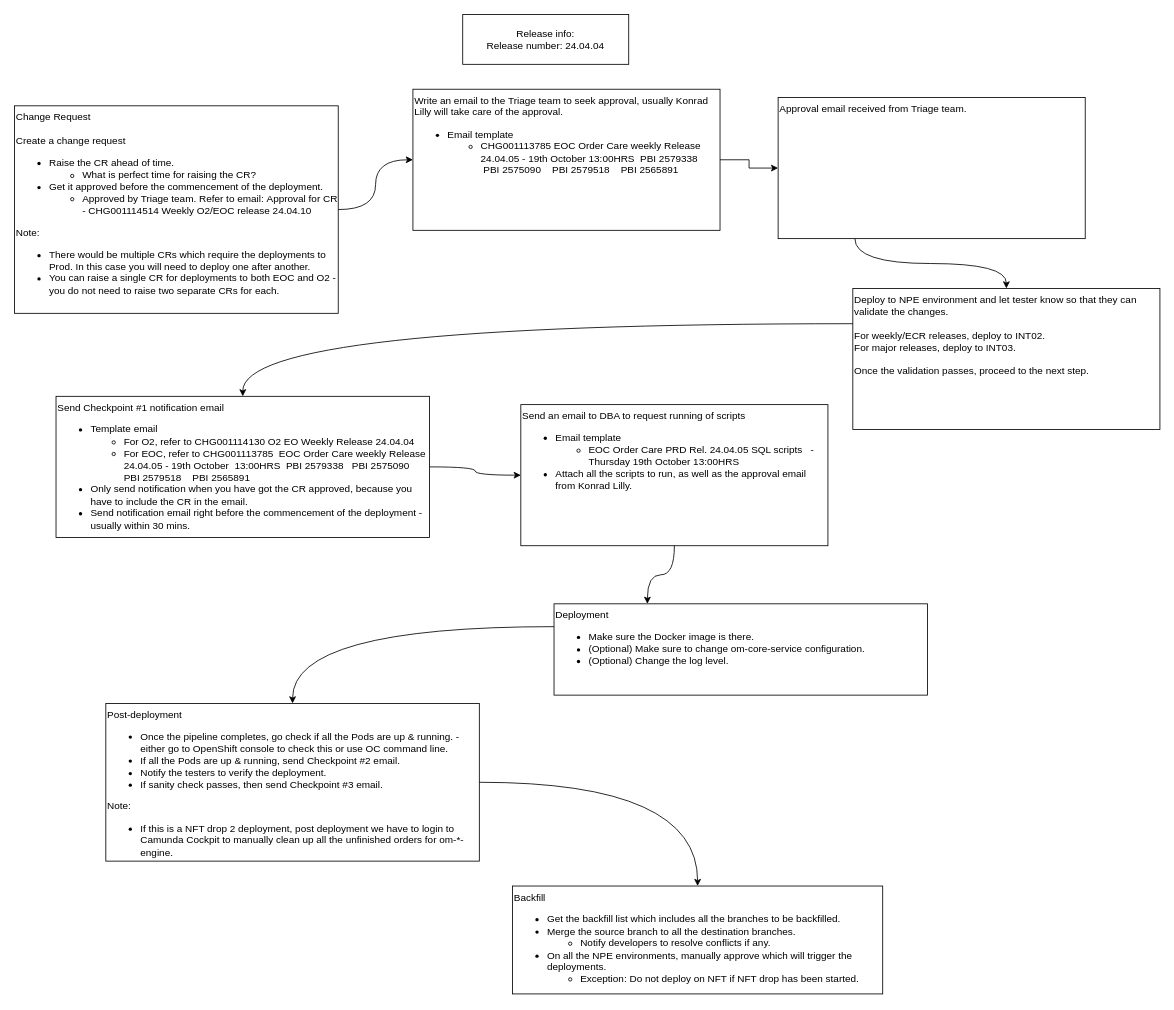
Before: page "Page-2" (2 of 2) of sparknz_pipeline.drawio in huangdgm/drawio, a draw.io diagram. Source tidied: cells renumbered, new cells numbered last; positions are measured from the earlier drawing's top-left corner, leaving out a move shared by most shapes. Both pictures are drawn from the tidied source at 83%, with x=0, y=0 at pixel (14, 14).
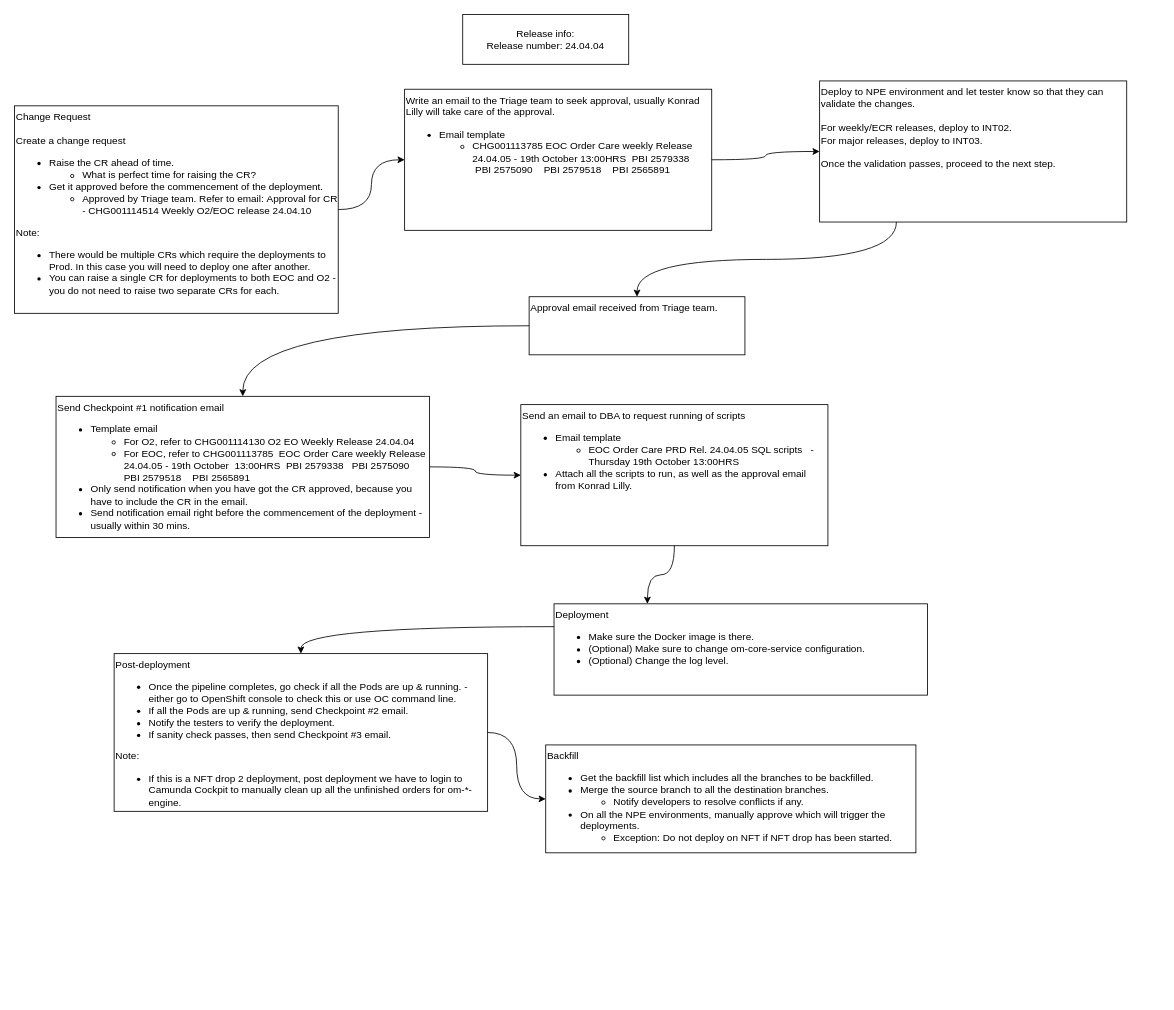
The same diagram, later.

The edit, as a diff of the source:
```diff
@@
 <mxGraphModel>
   <root>
     <mxCell id="0" />
     <mxCell id="1" parent="0" />
     <mxCell id="2" style="edgeStyle=orthogonalEdgeStyle;rounded=0;jettySize=auto;html=1;exitX=1;exitY=0.5;exitDx=0;exitDy=0;elbow=vertical;curved=1;" parent="1" edge="1" source="3" target="11">
       <mxGeometry relative="1" as="geometry" />
     </mxCell>
     <mxCell id="3" value="Change Request&lt;br&gt;&lt;br&gt;Create a change request&lt;br&gt;&lt;ul&gt;&lt;li&gt;Raise the CR ahead of time.&lt;/li&gt;&lt;ul&gt;&lt;li&gt;What is perfect time for raising the CR?&lt;/li&gt;&lt;/ul&gt;&lt;li&gt;Get it approved before the commencement of the deployment.&lt;/li&gt;&lt;ul&gt;&lt;li&gt;Approved by Triage team. Refer to email:&amp;nbsp;Approval for CR - CHG001114514 Weekly O2/EOC release 24.04.10&lt;/li&gt;&lt;/ul&gt;&lt;/ul&gt;&lt;div&gt;Note:&lt;/div&gt;&lt;div&gt;&lt;ul&gt;&lt;li&gt;There would be multiple CRs which require the deployments to Prod. In this case you will need to deploy one after another.&lt;/li&gt;&lt;li&gt;You can raise a single CR for deployments to both EOC and O2 - you do not need to raise two separate CRs for each.&lt;/li&gt;&lt;/ul&gt;&lt;/div&gt;" style="rounded=1;whiteSpace=wrap;html=1;arcSize=0;align=left;verticalAlign=top;" parent="1" vertex="1">
       <mxGeometry y="110" width="390" height="250" as="geometry" />
     </mxCell>
     <mxCell id="4" value="Release info:&lt;br&gt;Release number: 24.04.04" style="rounded=1;whiteSpace=wrap;html=1;arcSize=0;" parent="1" vertex="1">
       <mxGeometry x="540" width="200" height="60" as="geometry" />
     </mxCell>
     <mxCell id="5" value="Send Checkpoint #1 notification email&lt;br&gt;&lt;ul&gt;&lt;li&gt;Template email&lt;/li&gt;&lt;ul&gt;&lt;li&gt;For O2, refer to CHG001114130 O2 EO Weekly Release 24.04.04&lt;/li&gt;&lt;li&gt;For EOC, refer to&amp;nbsp;CHG001113785&amp;nbsp; EOC Order Care weekly Release 24.04.05 - 19th October&amp;nbsp; 13:00HRS&amp;nbsp; PBI 2579338&amp;nbsp; &amp;nbsp;PBI 2575090&amp;nbsp; &amp;nbsp; PBI 2579518&amp;nbsp; &amp;nbsp; PBI 2565891&lt;/li&gt;&lt;/ul&gt;&lt;li&gt;Only send notification when you have got the CR approved, because you have to include the CR in the email.&lt;/li&gt;&lt;li&gt;Send notification email right before the commencement of the deployment - usually within 30 mins.&lt;/li&gt;&lt;/ul&gt;" style="rounded=1;whiteSpace=wrap;html=1;align=left;horizontal=1;verticalAlign=top;arcSize=0;" parent="1" vertex="1">
       <mxGeometry x="50" y="460" width="450" height="170" as="geometry" />
     </mxCell>
     <mxCell id="6" value="Backfill&lt;br&gt;&lt;ul&gt;&lt;li&gt;Get the backfill list which includes all the branches to be backfilled.&lt;/li&gt;&lt;li&gt;Merge the source branch to all the destination branches.&lt;/li&gt;&lt;ul&gt;&lt;li&gt;Notify developers to resolve conflicts if any.&lt;/li&gt;&lt;/ul&gt;&lt;li&gt;On all the NPE environments, manually approve which will trigger the deployments.&lt;/li&gt;&lt;ul&gt;&lt;li&gt;Exception: Do not deploy on NFT if NFT drop has been started.&lt;/li&gt;&lt;/ul&gt;&lt;/ul&gt;" style="rounded=1;whiteSpace=wrap;html=1;align=left;horizontal=1;verticalAlign=top;arcSize=0;" parent="1" vertex="1">
-      <mxGeometry x="600" y="1050" width="446" height="130" as="geometry" />
+      <mxGeometry x="640" y="880" width="446" height="130" as="geometry" />
     </mxCell>
     <mxCell id="7" value="Deployment&lt;span style=&quot;background-color: initial;&quot;&gt;&lt;br&gt;&lt;ul&gt;&lt;li&gt;&lt;span style=&quot;background-color: initial;&quot;&gt;Make sure the Docker image is there.&lt;/span&gt;&lt;/li&gt;&lt;li&gt;(Optional) Make sure to change om-core-service configuration.&lt;/li&gt;&lt;li&gt;(Optional) Change the log level.&lt;/li&gt;&lt;/ul&gt;&lt;/span&gt;" style="rounded=1;whiteSpace=wrap;html=1;align=left;horizontal=1;verticalAlign=top;arcSize=0;" parent="1" vertex="1">
       <mxGeometry x="650" y="710" width="450" height="110" as="geometry" />
     </mxCell>
     <mxCell id="8" value="Post-deployment&lt;span style=&quot;background-color: initial;&quot;&gt;&lt;br&gt;&lt;ul&gt;&lt;li style=&quot;border-color: var(--border-color);&quot;&gt;Once the pipeline completes, go check if all the Pods are up &amp;amp; running. - either go to OpenShift console to check this or use OC command line.&lt;/li&gt;&lt;li&gt;If all the Pods are up &amp;amp; running, send&amp;nbsp;Checkpoint #2 email.&lt;/li&gt;&lt;li&gt;&lt;span style=&quot;background-color: initial;&quot;&gt;Notify the testers to verify the deployment.&lt;/span&gt;&lt;/li&gt;&lt;li&gt;&lt;span style=&quot;background-color: initial;&quot;&gt;If sanity check passes, then s&lt;/span&gt;end Checkpoint #3 email.&lt;/li&gt;&lt;/ul&gt;&lt;div&gt;Note:&lt;/div&gt;&lt;div&gt;&lt;ul&gt;&lt;li&gt;If this is a NFT drop 2 deployment, post deployment we have to login to Camunda Cockpit to manually clean up all the unfinished orders for om-*-engine.&lt;/li&gt;&lt;/ul&gt;&lt;/div&gt;&lt;/span&gt;" style="rounded=1;whiteSpace=wrap;html=1;align=left;horizontal=1;verticalAlign=top;arcSize=0;" parent="1" vertex="1">
-      <mxGeometry x="110" y="830" width="450" height="190" as="geometry" />
+      <mxGeometry x="120" y="770" width="450" height="190" as="geometry" />
     </mxCell>
     <mxCell id="9" value="Send an email to DBA to request running of scripts&lt;br&gt;&lt;ul&gt;&lt;li&gt;Email template&lt;/li&gt;&lt;ul&gt;&lt;li&gt;EOC Order Care PRD Rel. 24.04.05 SQL scripts&amp;nbsp; &amp;nbsp;- Thursday 19th October 13:00HRS&lt;br&gt;&lt;/li&gt;&lt;/ul&gt;&lt;li&gt;Attach all the scripts to run, as well as the approval email from Konrad Lilly.&lt;/li&gt;&lt;/ul&gt;" style="rounded=1;whiteSpace=wrap;html=1;arcSize=0;verticalAlign=top;align=left;" parent="1" vertex="1">
       <mxGeometry x="610" y="470" width="370" height="170" as="geometry" />
     </mxCell>
-    <mxCell id="10" style="edgeStyle=orthogonalEdgeStyle;rounded=0;jettySize=auto;html=1;" parent="1" edge="1" source="11" target="12">
-      <mxGeometry relative="1" as="geometry" />
-    </mxCell>
     <mxCell id="11" value="Write an email to the Triage team to seek approval, usually Konrad Lilly will take care of the approval.&lt;br&gt;&lt;ul&gt;&lt;li&gt;Email template&lt;/li&gt;&lt;ul&gt;&lt;li&gt;CHG001113785 EOC Order Care weekly Release 24.04.05 - 19th October 13:00HRS&amp;nbsp; PBI 2579338&amp;nbsp; &amp;nbsp;PBI 2575090&amp;nbsp; &amp;nbsp; PBI 2579518&amp;nbsp; &amp;nbsp; PBI 2565891&lt;br&gt;&lt;/li&gt;&lt;/ul&gt;&lt;/ul&gt;" style="rounded=1;whiteSpace=wrap;html=1;arcSize=0;verticalAlign=top;align=left;" parent="1" vertex="1">
-      <mxGeometry x="480" y="90" width="370" height="170" as="geometry" />
+      <mxGeometry x="470" y="90" width="370" height="170" as="geometry" />
     </mxCell>
     <mxCell id="12" value="Approval email received from Triage team." style="rounded=1;whiteSpace=wrap;html=1;arcSize=0;verticalAlign=top;align=left;" parent="1" vertex="1">
-      <mxGeometry x="920" y="100" width="370" height="170" as="geometry" />
+      <mxGeometry x="620" y="340" width="260" height="70" as="geometry" />
     </mxCell>
-    <mxCell id="13" style="edgeStyle=orthogonalEdgeStyle;rounded=0;jettySize=auto;html=1;exitX=0.25;exitY=1;exitDx=0;exitDy=0;elbow=vertical;curved=1;entryX=0.5;entryY=0;entryDx=0;entryDy=0;" parent="1" edge="1" source="12" target="18">
+    <mxCell id="13" style="edgeStyle=orthogonalEdgeStyle;rounded=0;jettySize=auto;html=1;exitX=1;exitY=0.5;exitDx=0;exitDy=0;elbow=vertical;curved=1;entryX=0;entryY=0.5;entryDx=0;entryDy=0;" parent="1" edge="1" source="11" target="18">
       <mxGeometry relative="1" as="geometry" />
     </mxCell>
     <mxCell id="14" style="edgeStyle=orthogonalEdgeStyle;rounded=0;jettySize=auto;html=1;exitX=1;exitY=0.5;exitDx=0;exitDy=0;elbow=vertical;curved=1;entryX=0;entryY=0.5;entryDx=0;entryDy=0;" parent="1" edge="1" source="5" target="9">
       <mxGeometry relative="1" as="geometry" />
     </mxCell>
     <mxCell id="15" style="edgeStyle=orthogonalEdgeStyle;rounded=0;jettySize=auto;html=1;exitX=0.5;exitY=1;exitDx=0;exitDy=0;elbow=vertical;curved=1;entryX=0.25;entryY=0;entryDx=0;entryDy=0;" parent="1" edge="1" source="9" target="7">
       <mxGeometry relative="1" as="geometry" />
     </mxCell>
     <mxCell id="16" style="edgeStyle=orthogonalEdgeStyle;rounded=0;jettySize=auto;html=1;exitX=0;exitY=0.25;exitDx=0;exitDy=0;elbow=vertical;curved=1;entryX=0.5;entryY=0;entryDx=0;entryDy=0;" parent="1" edge="1" source="7" target="8">
       <mxGeometry relative="1" as="geometry" />
     </mxCell>
     <mxCell id="17" style="edgeStyle=orthogonalEdgeStyle;rounded=0;jettySize=auto;html=1;exitX=1;exitY=0.5;exitDx=0;exitDy=0;elbow=vertical;curved=1;" parent="1" edge="1" source="8" target="6">
       <mxGeometry relative="1" as="geometry" />
     </mxCell>
     <mxCell id="18" value="Deploy to NPE environment and let tester know so that they can validate the changes.&lt;br&gt;&lt;br&gt;For weekly/ECR releases, deploy to INT02.&lt;br&gt;For major releases, deploy to INT03.&lt;br&gt;&lt;br&gt;Once the validation passes, proceed to the next step." style="rounded=1;whiteSpace=wrap;html=1;arcSize=0;verticalAlign=top;align=left;" parent="1" vertex="1">
-      <mxGeometry x="1010" y="330" width="370" height="170" as="geometry" />
+      <mxGeometry x="970" y="80" width="370" height="170" as="geometry" />
     </mxCell>
-    <mxCell id="19" style="edgeStyle=orthogonalEdgeStyle;rounded=0;jettySize=auto;html=1;exitX=0;exitY=0.25;exitDx=0;exitDy=0;elbow=vertical;curved=1;entryX=0.5;entryY=0;entryDx=0;entryDy=0;" parent="1" edge="1" source="18" target="5">
+    <mxCell id="19" style="edgeStyle=orthogonalEdgeStyle;rounded=0;jettySize=auto;html=1;exitX=0;exitY=0.5;exitDx=0;exitDy=0;elbow=vertical;curved=1;entryX=0.5;entryY=0;entryDx=0;entryDy=0;" parent="1" edge="1" source="12" target="5">
       <mxGeometry relative="1" as="geometry" />
     </mxCell>
+    <mxCell id="20" style="edgeStyle=orthogonalEdgeStyle;rounded=0;jettySize=auto;html=1;exitX=0.25;exitY=1;exitDx=0;exitDy=0;elbow=vertical;curved=1;" parent="1" edge="1" source="18" target="12">
+      <mxGeometry relative="1" as="geometry" />
+    </mxCell>
   </root>
 </mxGraphModel>
```
